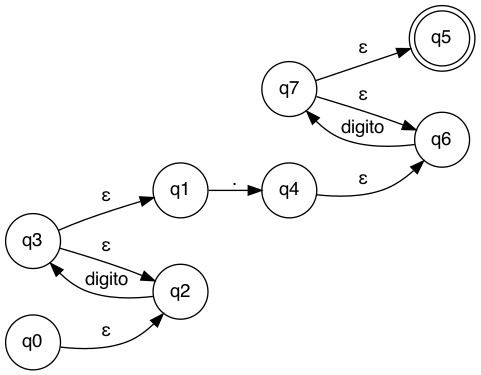
Before: src/reports/AFND_202112145/decimales.png, a diagram exported from Graphviz (danielcuque/OLC1_Proyecto1_202112145). Its source is kept beside it as src/reports/AFND_202112145/decimales.dot. The source it was exported from:
```dot
digraph decimales {
	node [fontname="Helvetica,Arial,sans-serif"]
	edge [fontname="Helvetica,Arial,sans-serif"]
	rankdir=LR;
	node [shape = doublecircle]; q5;
	node [shape = circle];
	q0 -> q2 [label="ε"];
	q1 -> q4 [label="."];
	q2 -> q3 [label="digito"];
	q3 -> q1 [label="ε"];
	q3 -> q2 [label="ε"];
	q4 -> q6 [label="ε"];
	q6 -> q7 [label="digito"];
	q7 -> q6 [label="ε"];
	q7 -> q5 [label="ε"];
}
```
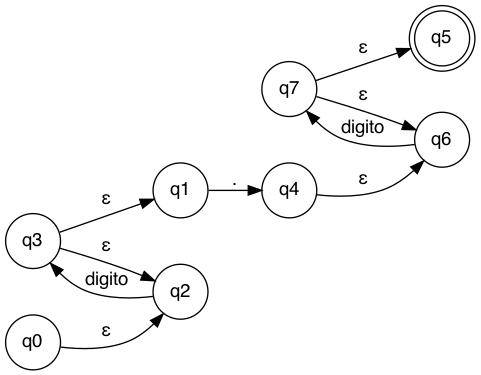
Above is the later version.

Change to the diagram source:
```diff
@@ -7,8 +7,8 @@
 	q0 -> q2 [label="ε"];
 	q1 -> q4 [label="."];
 	q2 -> q3 [label="digito"];
+	q3 -> q2 [label="ε"];
 	q3 -> q1 [label="ε"];
-	q3 -> q2 [label="ε"];
 	q4 -> q6 [label="ε"];
 	q6 -> q7 [label="digito"];
 	q7 -> q6 [label="ε"];
```
